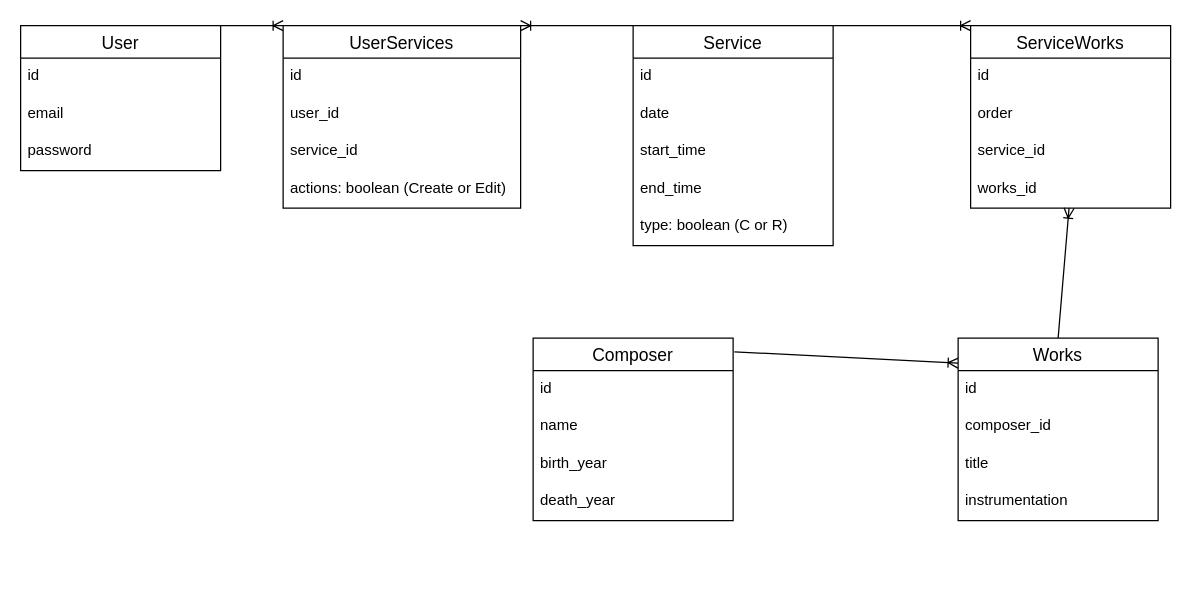
Earlier version of the draw.io diagram object.drawio (agilles1/orchestra-now). Source tidied: cells renumbered, new cells numbered last; positions are measured from the earlier drawing's top-left corner, leaving out a move shared by most shapes. Both pictures are drawn from the tidied source at 125%, with x=0, y=0 at pixel (20, 25).
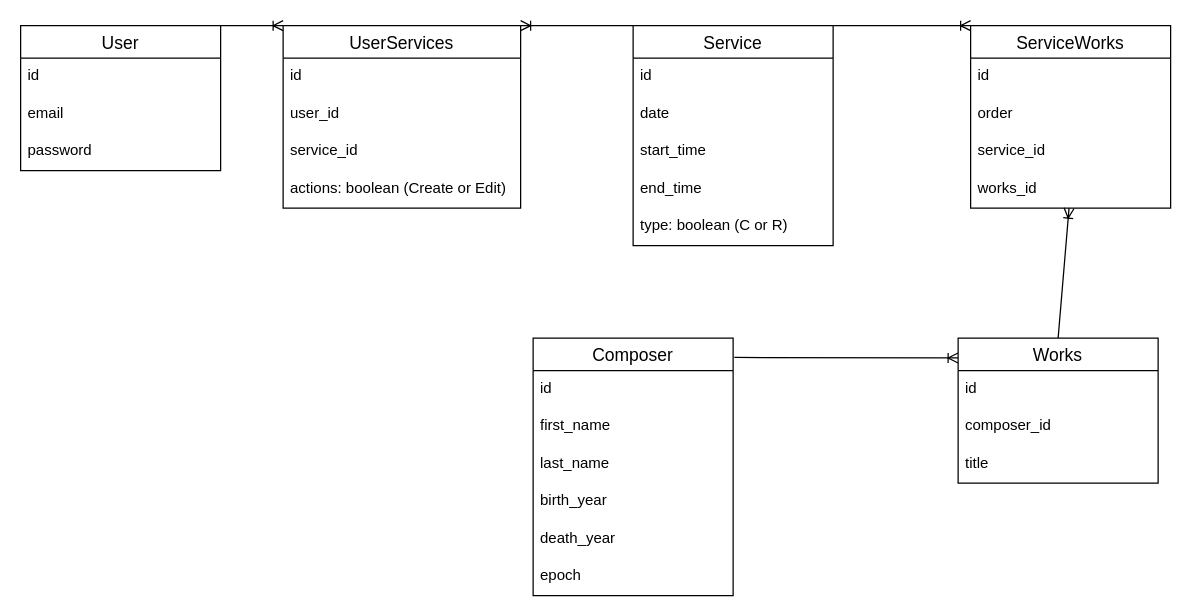
The same diagram, later.

Diff of the diagram source:
```diff
@@
     <mxCell id="16" value="Works" style="swimlane;fontStyle=0;horizontal=1;startSize=26;align=center;fontSize=14;" parent="1" vertex="1">
-      <mxGeometry x="750" y="250" width="160" height="146" as="geometry" />
+      <mxGeometry x="750" y="250" width="160" height="116" as="geometry" />
     </mxCell>
@@
-    <mxCell id="20" value="instrumentation" style="text;strokeColor=none;fillColor=none;spacingLeft=4;spacingRight=4;overflow=hidden;fontSize=12;" parent="16" vertex="1">
-      <mxGeometry y="116" width="160" height="30" as="geometry" />
-    </mxCell>
     <mxCell id="21" value="Composer" style="swimlane;fontStyle=0;horizontal=1;startSize=26;align=center;fontSize=14;" parent="1" vertex="1">
-      <mxGeometry x="410" y="250" width="160" height="146" as="geometry" />
+      <mxGeometry x="410" y="250" width="160" height="206" as="geometry" />
     </mxCell>
@@
+    <mxCell id="37" value="first_name" style="text;strokeColor=none;fillColor=none;spacingLeft=4;spacingRight=4;overflow=hidden;fontSize=12;" parent="21" vertex="1">
+      <mxGeometry y="56" width="160" height="30" as="geometry" />
+    </mxCell>
-    <mxCell id="23" value="name" style="text;strokeColor=none;fillColor=none;spacingLeft=4;spacingRight=4;overflow=hidden;fontSize=12;" parent="21" vertex="1">
-      <mxGeometry y="56" width="160" height="30" as="geometry" />
+    <mxCell id="23" value="last_name" style="text;strokeColor=none;fillColor=none;spacingLeft=4;spacingRight=4;overflow=hidden;fontSize=12;" parent="21" vertex="1">
+      <mxGeometry y="86" width="160" height="30" as="geometry" />
     </mxCell>
     <mxCell id="24" value="birth_year" style="text;strokeColor=none;fillColor=none;spacingLeft=4;spacingRight=4;overflow=hidden;fontSize=12;" parent="21" vertex="1">
-      <mxGeometry y="86" width="160" height="30" as="geometry" />
+      <mxGeometry y="116" width="160" height="30" as="geometry" />
     </mxCell>
     <mxCell id="25" value="death_year" style="text;strokeColor=none;fillColor=none;spacingLeft=4;spacingRight=4;overflow=hidden;fontSize=12;" parent="21" vertex="1">
-      <mxGeometry y="116" width="160" height="30" as="geometry" />
+      <mxGeometry y="146" width="160" height="30" as="geometry" />
     </mxCell>
+    <mxCell id="38" value="epoch" style="text;strokeColor=none;fillColor=none;spacingLeft=4;spacingRight=4;overflow=hidden;fontSize=12;" parent="21" vertex="1">
+      <mxGeometry y="176" width="160" height="30" as="geometry" />
+    </mxCell>
```
